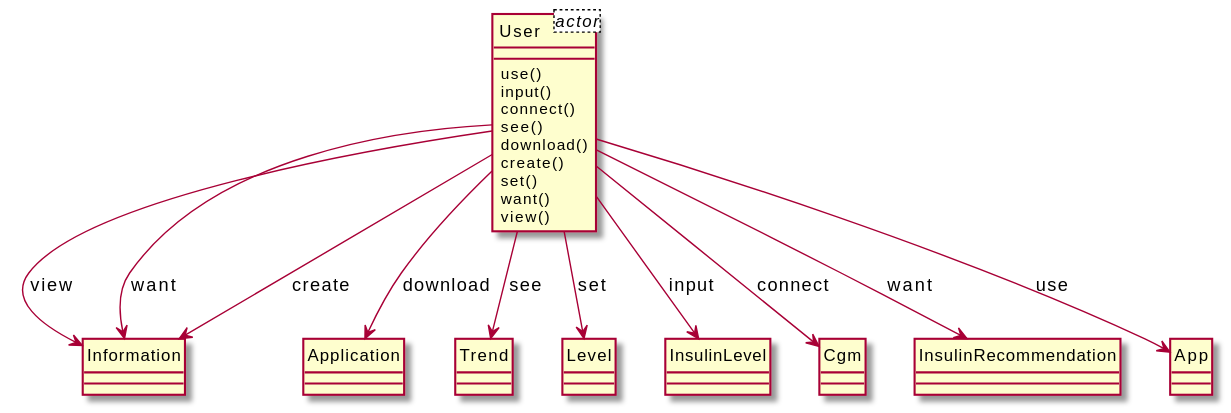
Earlier version of the PlantUML export output/diagram_5/2017-USC-Project06.svg (xixixhalu/DomainModelExtractor).
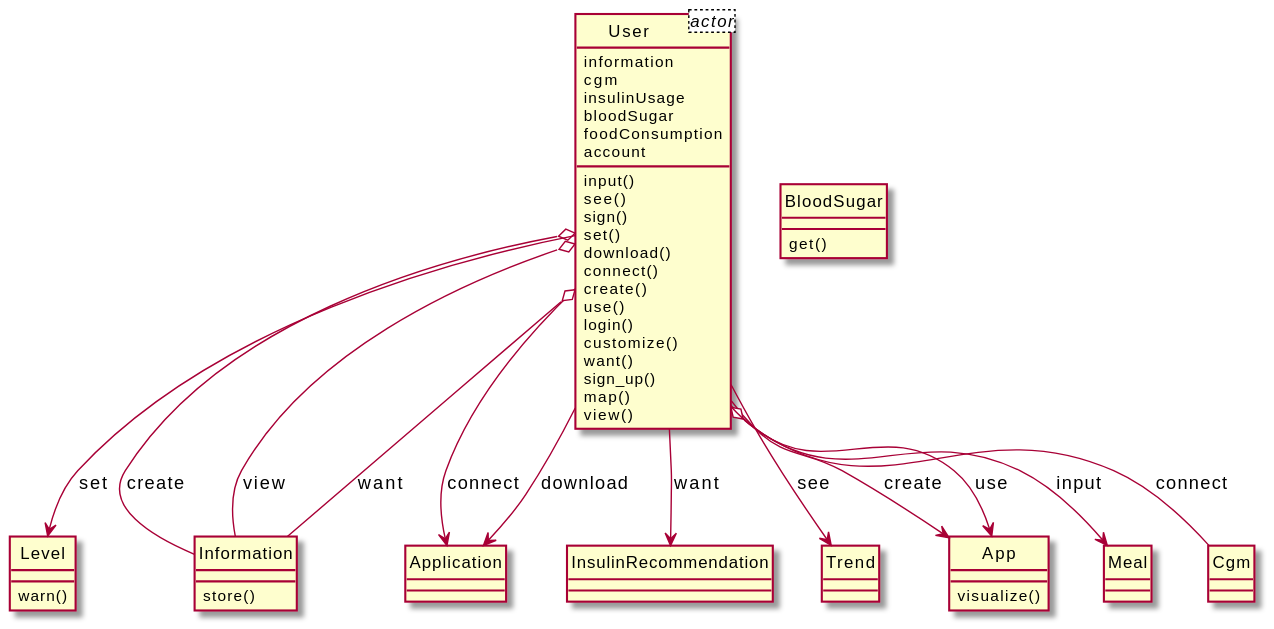
Later version of the same file.

Change to the diagram source:
```diff
@@ -1,42 +1,61 @@
 @startuml
 hide circle
 class User<actor> {
+	information
+	cgm
+	insulinUsage
+	bloodSugar
+	foodConsumption
+	account
 }
 class User {
+	input()
+	see()
+	sign()
+	set()
+	download()
+	connect()
+	create()
 	use()
-	input()
-	connect()
-	see()
-	download()
-	create()
-	set()
+	login()
+	customize()
 	want()
+	sign_up()
+	map()
 	view()
 }
+class Level {
+	warn()
+}
 class Information {
+	store()
 }
 class Application {
 }
+class InsulinRecommendation {
+}
 class Trend {
 }
-class Level {
+class App {
+	visualize()
 }
-class InsulinLevel {
+class Meal {
 }
 class Cgm {
 }
-class InsulinRecommendation {
+class BloodSugar {
+	get()
 }
-class App {
-}
+User --> Application : connect
+User o-- Information : create
 User --> Application : download
+User --> App : create
+User --> App : use
+User o-- Information : view
+User --> Level : set
 User --> InsulinRecommendation : want
-User --> Information : view
-User --> Information : want
-User --> InsulinLevel : input
+User o-- Cgm : connect
+User o-- Information : want
+User --> Meal : input
 User --> Trend : see
-User --> App : use
-User --> Cgm : connect
-User --> Level : set
-User --> Information : create
 @enduml
```
